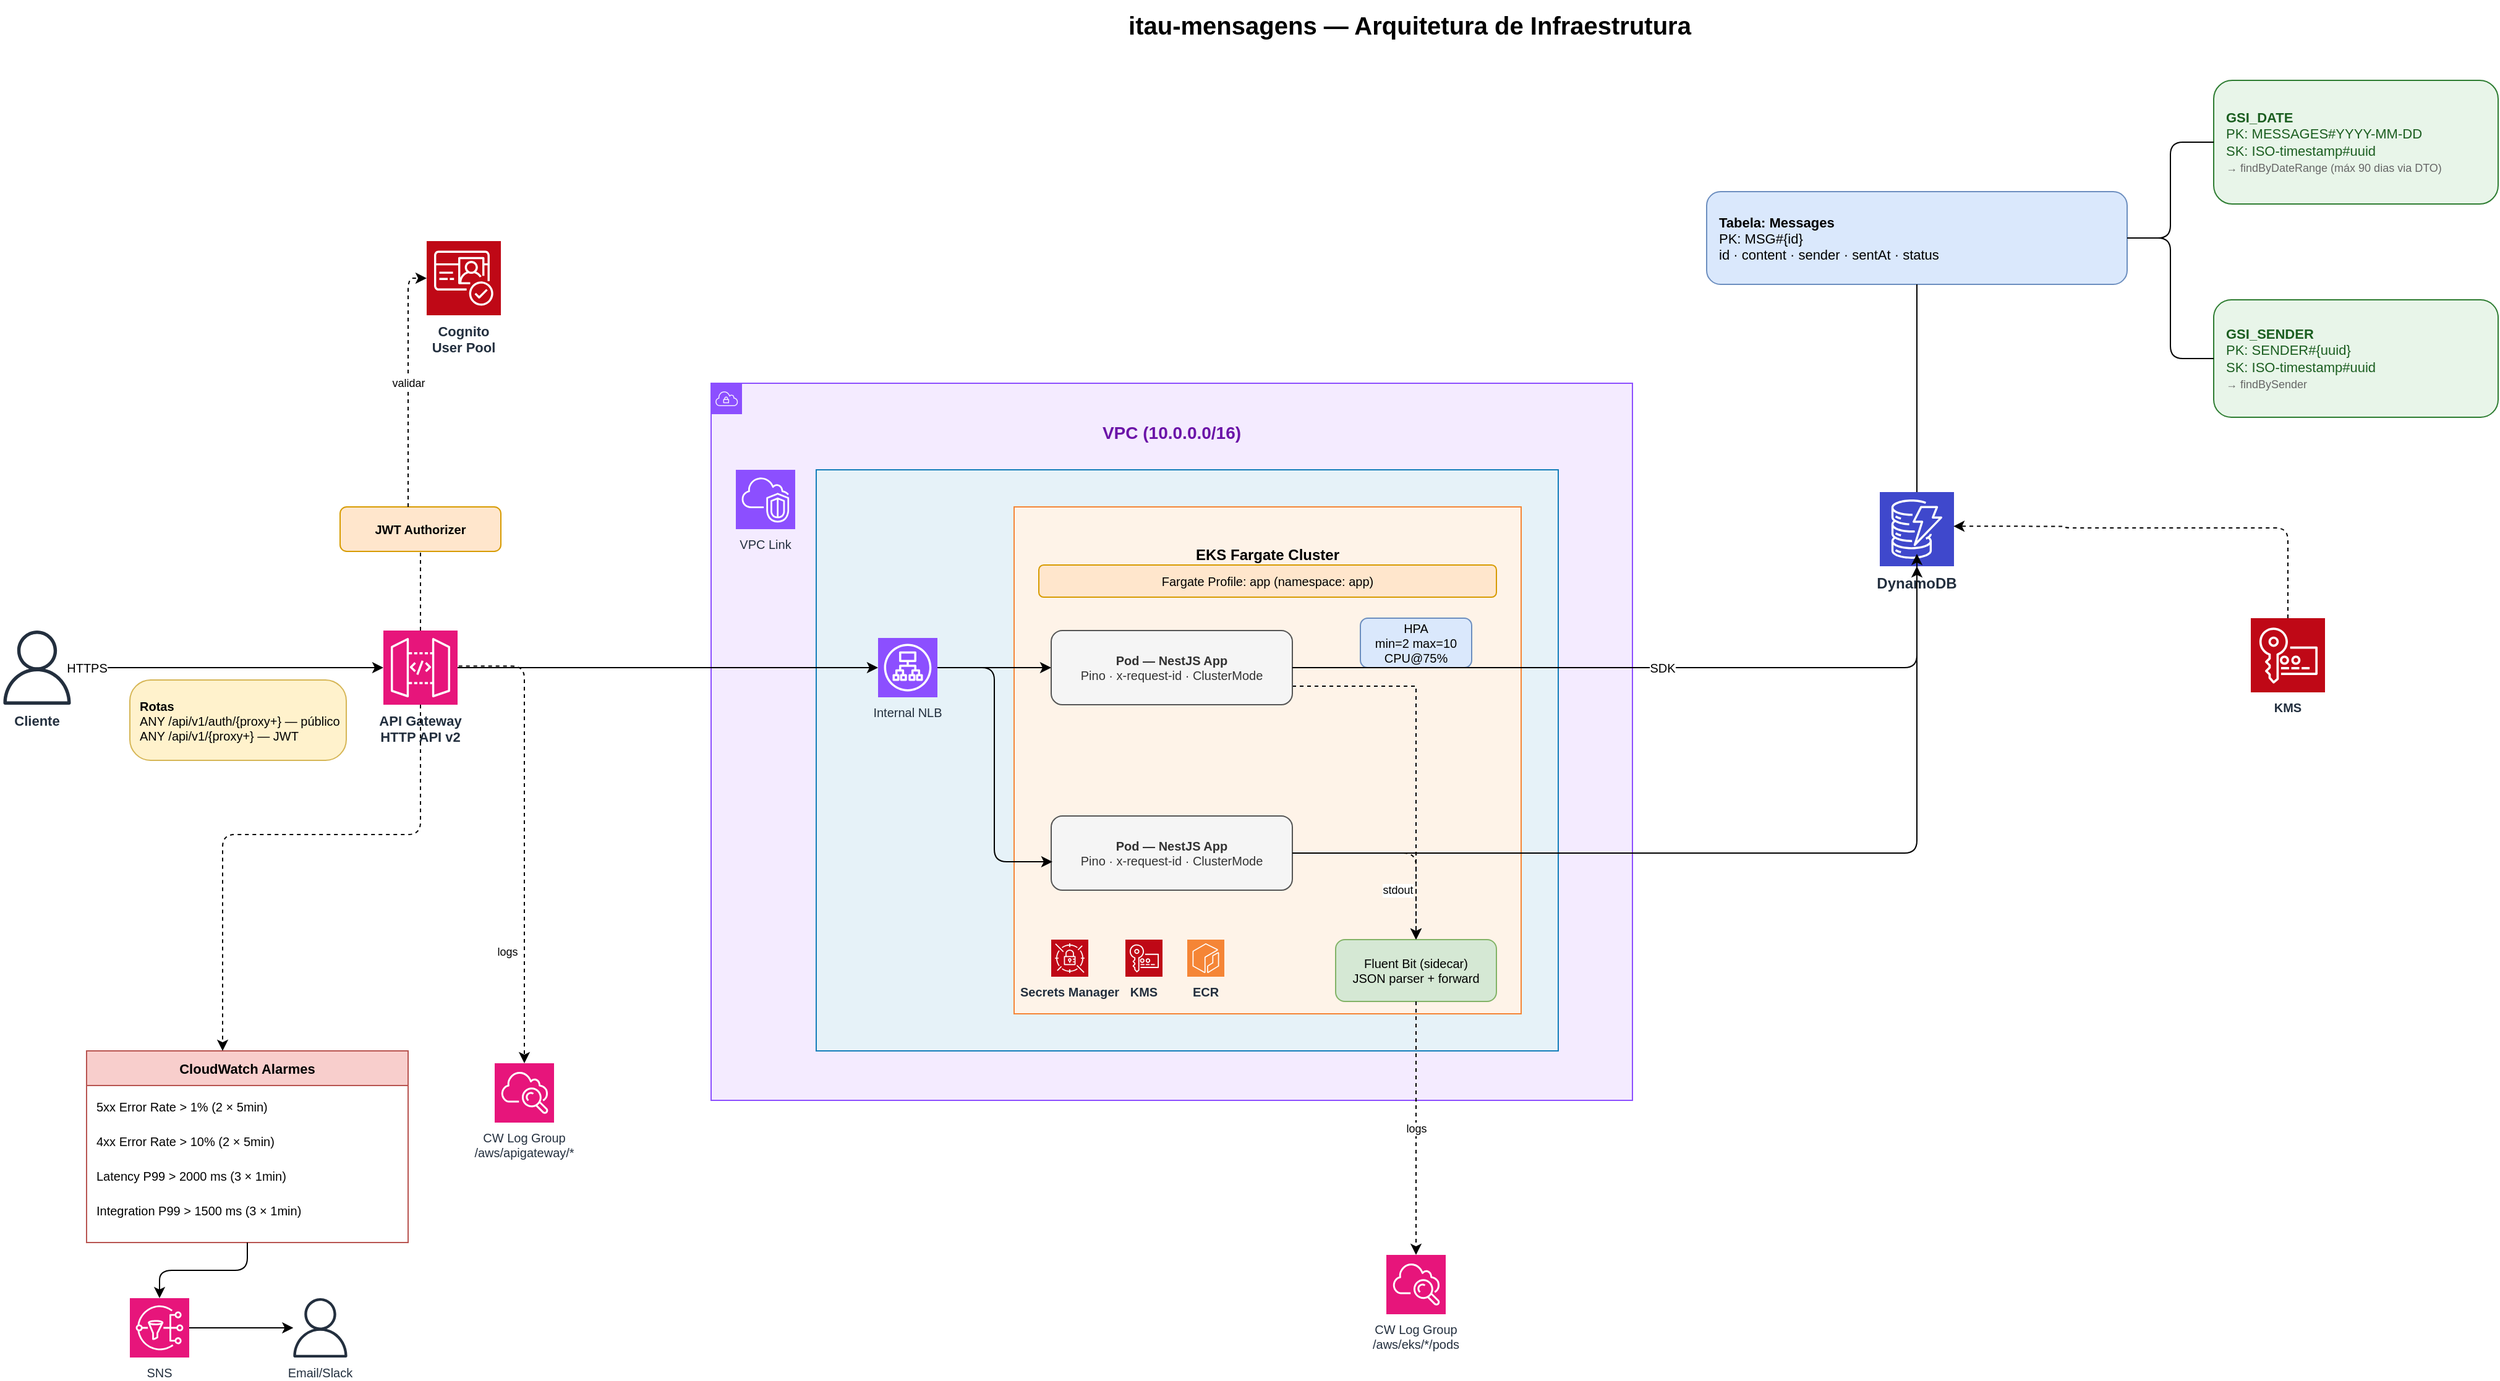
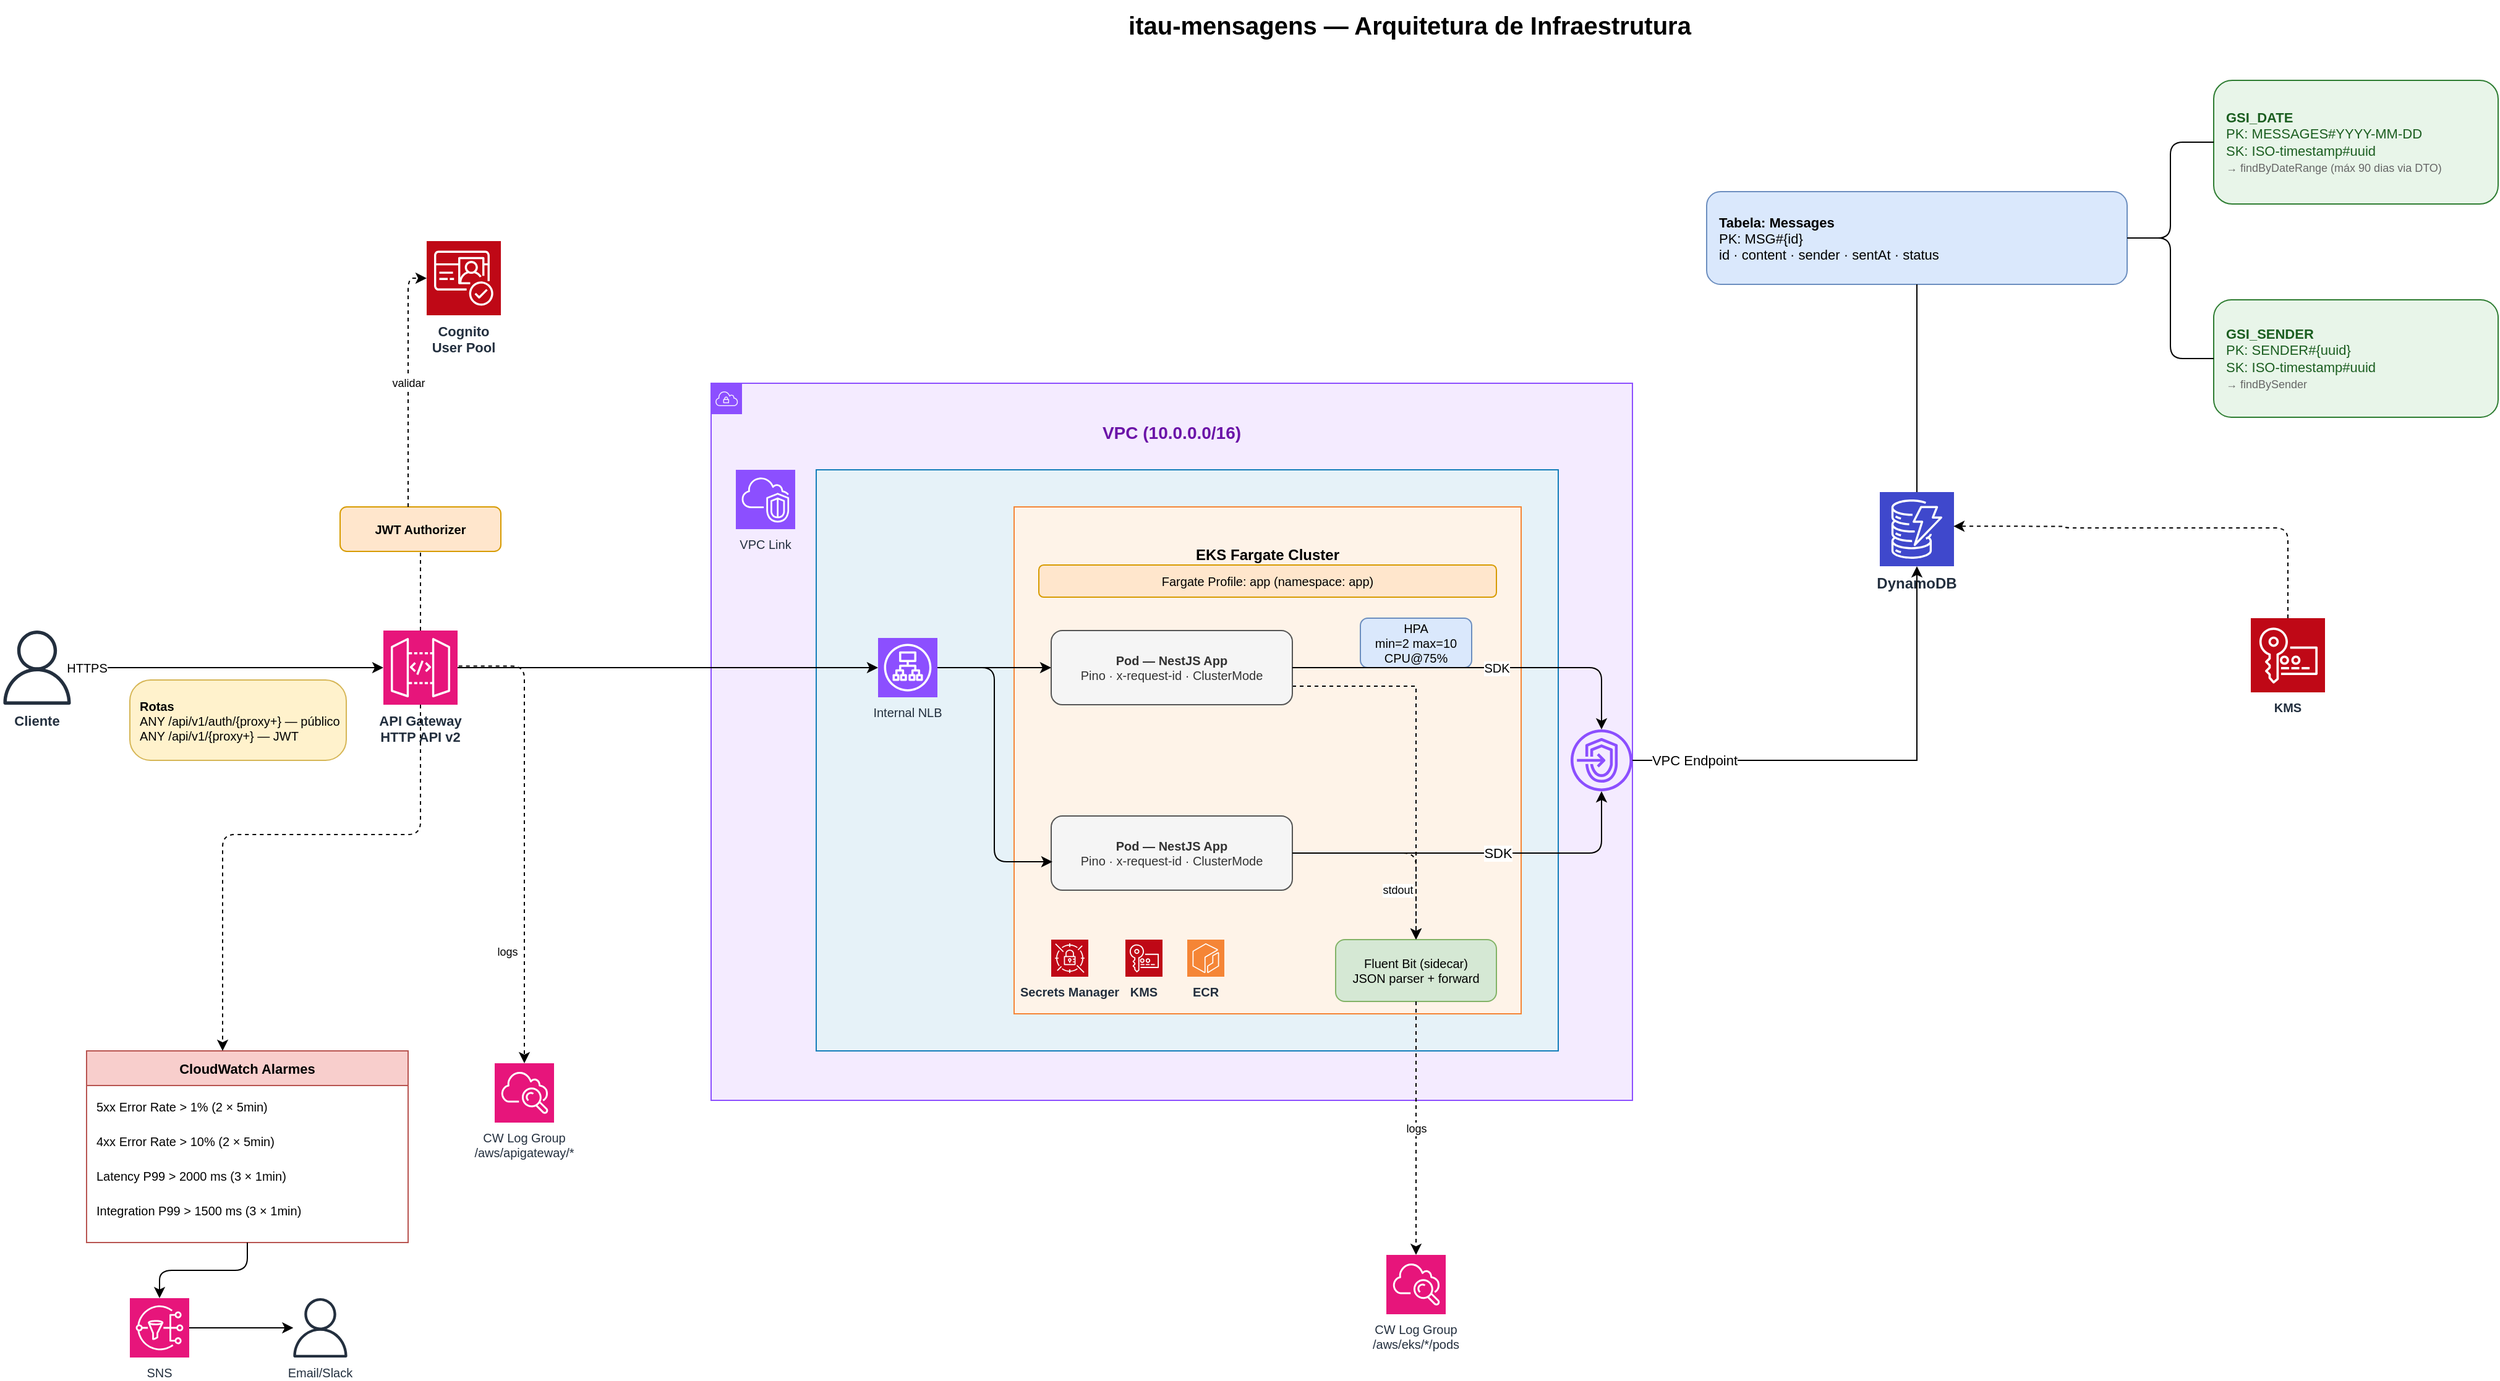
<mxfile host="app.diagrams.net">
  <diagram id="itau-arch" name="itau-messages Architecture">
-     <mxGraphModel dx="1290" dy="725" grid="1" gridSize="10" guides="1" tooltips="1" connect="1" arrows="1" fold="1" page="1" pageScale="1" pageWidth="1900" pageHeight="1200" math="0" shadow="0">
+     <mxGraphModel dx="1177" dy="662" grid="1" gridSize="10" guides="1" tooltips="1" connect="1" arrows="1" fold="1" page="1" pageScale="1" pageWidth="1900" pageHeight="1200" math="0" shadow="0">
      <root>
        <mxCell id="0" />
        <mxCell id="1" parent="0" />
        <mxCell id="2" parent="1" style="text;html=1;strokeColor=none;fillColor=none;align=center;verticalAlign=middle;whiteSpace=wrap;fontSize=20;fontStyle=1;" value="itau-mensagens — Arquitetura de Infraestrutura" vertex="1">
          <mxGeometry height="40" width="900" x="700" y="30" as="geometry" />
        </mxCell>
        <mxCell id="10" parent="1" style="shape=mxgraph.aws4.user;fillColor=#232F3E;strokeColor=none;fontColor=#232F3E;fontSize=11;fontStyle=1;labelPosition=center;verticalLabelPosition=bottom;verticalAlign=top;" value="Cliente" vertex="1">
          <mxGeometry height="60" width="60" x="10" y="540" as="geometry" />
        </mxCell>
        <mxCell id="11" parent="1" style="shape=mxgraph.aws4.resourceIcon;resIcon=mxgraph.aws4.cognito;fillColor=#BF0816;strokeColor=#ffffff;fontColor=#232F3E;fontSize=11;fontStyle=1;labelPosition=center;verticalLabelPosition=bottom;verticalAlign=top;" value="Cognito&#xa;User Pool" vertex="1">
          <mxGeometry height="60" width="60" x="355" y="225" as="geometry" />
        </mxCell>
        <mxCell id="20" parent="1" style="shape=mxgraph.aws4.resourceIcon;resIcon=mxgraph.aws4.api_gateway;fillColor=#E7157B;strokeColor=#ffffff;fontColor=#232F3E;fontSize=11;fontStyle=1;labelPosition=center;verticalLabelPosition=bottom;verticalAlign=top;" value="API Gateway&#xa;HTTP API v2" vertex="1">
          <mxGeometry height="60" width="60" x="320" y="540" as="geometry" />
        </mxCell>
        <mxCell id="21" parent="1" style="rounded=1;whiteSpace=wrap;html=1;fillColor=#FFE6CC;strokeColor=#d79b00;fontSize=10;fontStyle=1;" value="JWT Authorizer" vertex="1">
          <mxGeometry height="36" width="130" x="285" y="440" as="geometry" />
        </mxCell>
        <mxCell id="23" parent="1" style="shape=mxgraph.aws4.resourceIcon;resIcon=mxgraph.aws4.cloudwatch;fillColor=#E7157B;strokeColor=#ffffff;fontColor=#232F3E;fontSize=10;labelPosition=center;verticalLabelPosition=bottom;verticalAlign=top;" value="CW Log Group&#xa;/aws/apigateway/*" vertex="1">
          <mxGeometry height="48" width="48" x="410" y="890" as="geometry" />
        </mxCell>
        <mxCell id="24" parent="1" style="swimlane;startSize=28;fillColor=#f8cecc;strokeColor=#b85450;fontSize=11;fontStyle=1;" value="CloudWatch Alarmes" vertex="1">
          <mxGeometry height="155" width="260" x="80" y="880" as="geometry" />
        </mxCell>
        <mxCell id="241" parent="24" style="text;html=1;strokeColor=none;fillColor=none;align=left;fontSize=10;spacingLeft=6;" value="5xx Error Rate &gt; 1%  (2 × 5min)" vertex="1">
          <mxGeometry height="28" width="260" y="33" as="geometry" />
        </mxCell>
        <mxCell id="242" parent="24" style="text;html=1;strokeColor=none;fillColor=none;align=left;fontSize=10;spacingLeft=6;" value="4xx Error Rate &gt; 10%  (2 × 5min)" vertex="1">
          <mxGeometry height="28" width="260" y="61" as="geometry" />
        </mxCell>
        <mxCell id="243" parent="24" style="text;html=1;strokeColor=none;fillColor=none;align=left;fontSize=10;spacingLeft=6;" value="Latency P99 &gt; 2000 ms  (3 × 1min)" vertex="1">
          <mxGeometry height="28" width="260" y="89" as="geometry" />
        </mxCell>
        <mxCell id="244" parent="24" style="text;html=1;strokeColor=none;fillColor=none;align=left;fontSize=10;spacingLeft=6;" value="Integration P99 &gt; 1500 ms  (3 × 1min)" vertex="1">
          <mxGeometry height="28" width="260" y="117" as="geometry" />
        </mxCell>
        <mxCell id="25" parent="1" style="shape=mxgraph.aws4.resourceIcon;resIcon=mxgraph.aws4.sns;fillColor=#E7157B;strokeColor=#ffffff;fontColor=#232F3E;fontSize=10;labelPosition=center;verticalLabelPosition=bottom;verticalAlign=top;" value="SNS" vertex="1">
          <mxGeometry height="48" width="48" x="115" y="1080" as="geometry" />
        </mxCell>
        <mxCell id="26" parent="1" style="shape=mxgraph.aws4.user;fillColor=#232F3E;strokeColor=none;fontColor=#232F3E;fontSize=10;labelPosition=center;verticalLabelPosition=bottom;verticalAlign=top;" value="Email/Slack" vertex="1">
          <mxGeometry height="48" width="48" x="245" y="1080" as="geometry" />
        </mxCell>
        <mxCell id="30" parent="1" style="points=[[0,0],[0.25,0],[0.5,0],[0.75,0],[1,0],[1,0.25],[1,0.5],[1,0.75],[1,1],[0.75,1],[0.5,1],[0.25,1],[0,1],[0,0.75],[0,0.5],[0,0.25]];shape=mxgraph.aws4.group;grIcon=mxgraph.aws4.group_vpc;strokeColor=#8C4FFF;fillColor=#F4EBFF;verticalAlign=top;align=center;spacingTop=25;fontSize=14;fontStyle=1;fontColor=#6B14A8;" value="VPC (10.0.0.0/16)" vertex="1">
          <mxGeometry height="580" width="745" x="585" y="340" as="geometry" />
        </mxCell>
        <mxCell id="33" parent="1" style="points=[[0,0],[0.25,0],[0.5,0],[0.75,0],[1,0],[1,0.25],[1,0.5],[1,0.75],[1,1],[0.75,1],[0.5,1],[0.25,1],[0,1],[0,0.75],[0,0.5],[0,0.25]];shape=mxgraph.aws4.group;grIcon=mxgraph.aws4.group_private_subnet;strokeColor=#147EBA;fillColor=#E6F2F8;verticalAlign=top;align=center;spacingTop=25;fontSize=11;" value="Private Subnets (AZ-a, AZ-b)" vertex="1">
          <mxGeometry height="470" width="600" x="670" y="410" as="geometry" />
        </mxCell>
        <mxCell id="32" parent="1" style="shape=mxgraph.aws4.resourceIcon;resIcon=mxgraph.aws4.vpc;fillColor=#8C4FFF;strokeColor=#ffffff;fontColor=#232F3E;fontSize=10;labelPosition=center;verticalLabelPosition=bottom;verticalAlign=top;" value="VPC Link" vertex="1">
          <mxGeometry height="48" width="48" x="605" y="410" as="geometry" />
        </mxCell>
        <mxCell id="35" parent="1" style="points=[[0,0],[0.25,0],[0.5,0],[0.75,0],[1,0],[1,0.25],[1,0.5],[1,0.75],[1,1],[0.75,1],[0.5,1],[0.25,1],[0,1],[0,0.75],[0,0.5],[0,0.25]];shape=mxgraph.aws4.group;grIcon=mxgraph.aws4.group_eks_cluster;strokeColor=#F58536;fillColor=#FEF3E8;verticalAlign=top;align=center;spacingTop=25;fontSize=12;fontStyle=1;" value="EKS Fargate Cluster" vertex="1">
          <mxGeometry height="410" width="410" x="830" y="440" as="geometry" />
        </mxCell>
        <mxCell id="36" parent="1" style="rounded=1;whiteSpace=wrap;html=1;fillColor=#FFE6CC;strokeColor=#d79b00;fontSize=10;" value="Fargate Profile: app  (namespace: app)" vertex="1">
          <mxGeometry height="26" width="370" x="850" y="487" as="geometry" />
        </mxCell>
        <mxCell id="Qfms2lShARc712BXUhZ3-251" edge="1" parent="1" source="37" style="edgeStyle=orthogonalEdgeStyle;rounded=0;orthogonalLoop=1;jettySize=auto;html=1;exitX=1;exitY=0.75;exitDx=0;exitDy=0;dashed=1;" target="40">
          <mxGeometry relative="1" as="geometry">
            <mxPoint x="1060" y="600" as="sourcePoint" />
          </mxGeometry>
        </mxCell>
        <mxCell id="37" parent="1" style="rounded=1;whiteSpace=wrap;html=1;fillColor=#f5f5f5;strokeColor=#555555;fontColor=#333333;fontSize=10;" value="&lt;b&gt;Pod — NestJS App&lt;/b&gt;&lt;br&gt;Pino · x-request-id · ClusterMode" vertex="1">
          <mxGeometry height="60" width="195" x="860" y="540" as="geometry" />
        </mxCell>
        <mxCell id="38" parent="1" style="rounded=1;whiteSpace=wrap;html=1;fillColor=#f5f5f5;strokeColor=#555555;fontColor=#333333;fontSize=10;" value="&lt;b&gt;Pod — NestJS App&lt;/b&gt;&lt;br&gt;Pino · x-request-id · ClusterMode" vertex="1">
          <mxGeometry height="60" width="195" x="860" y="690" as="geometry" />
        </mxCell>
        <mxCell id="39" parent="1" style="rounded=1;whiteSpace=wrap;html=1;fillColor=#dae8fc;strokeColor=#6c8ebf;fontSize=10;" value="HPA&lt;br&gt;min=2  max=10&lt;br&gt;CPU@75%" vertex="1">
          <mxGeometry height="40" width="90" x="1110" y="530" as="geometry" />
        </mxCell>
        <mxCell id="40" parent="1" style="rounded=1;whiteSpace=wrap;html=1;fillColor=#d5e8d4;strokeColor=#82b366;fontSize=10;" value="Fluent Bit (sidecar)&lt;br&gt;JSON parser + forward" vertex="1">
          <mxGeometry height="50" width="130" x="1090" y="790" as="geometry" />
        </mxCell>
        <mxCell id="41" parent="1" style="shape=mxgraph.aws4.resourceIcon;resIcon=mxgraph.aws4.cloudwatch;fillColor=#E7157B;strokeColor=#ffffff;fontColor=#232F3E;fontSize=10;labelPosition=center;verticalLabelPosition=bottom;verticalAlign=top;" value="CW Log Group&#xa;/aws/eks/*/pods" vertex="1">
          <mxGeometry height="48" width="48" x="1131" y="1045" as="geometry" />
        </mxCell>
        <mxCell id="50" parent="1" style="shape=mxgraph.aws4.resourceIcon;resIcon=mxgraph.aws4.dynamodb;fillColor=#3F48CC;strokeColor=#ffffff;fontColor=#232F3E;fontSize=12;fontStyle=1;labelPosition=center;verticalLabelPosition=bottom;verticalAlign=top;" value="DynamoDB" vertex="1">
          <mxGeometry height="60" width="60" x="1530" y="428" as="geometry" />
        </mxCell>
        <mxCell id="51" parent="1" style="rounded=1;whiteSpace=wrap;html=1;fillColor=#dae8fc;strokeColor=#6c8ebf;fontSize=11;align=left;spacingLeft=8;" value="&lt;b&gt;Tabela: Messages&lt;/b&gt;&lt;br&gt;PK: MSG#{id}&lt;br&gt;id · content · sender · sentAt · status" vertex="1">
          <mxGeometry height="75" width="340" x="1390" y="185" as="geometry" />
        </mxCell>
        <mxCell id="52" parent="1" style="rounded=1;whiteSpace=wrap;html=1;fillColor=#E8F5E9;strokeColor=#2E7D32;fontSize=11;align=left;spacingLeft=8;fontColor=#1B5E20;" value="&lt;b&gt;GSI_DATE&lt;/b&gt;&lt;br&gt;PK: MESSAGES#YYYY-MM-DD&lt;br&gt;SK: ISO-timestamp#uuid&lt;br&gt;&lt;font color=&quot;#666666&quot; style=&quot;font-size:9px&quot;&gt;→ findByDateRange  (máx 90 dias via DTO)&lt;/font&gt;" vertex="1">
          <mxGeometry height="100" width="230" x="1800" y="95" as="geometry" />
        </mxCell>
        <mxCell id="53" parent="1" style="rounded=1;whiteSpace=wrap;html=1;fillColor=#E8F5E9;strokeColor=#2E7D32;fontSize=11;align=left;spacingLeft=8;fontColor=#1B5E20;" value="&lt;b&gt;GSI_SENDER&lt;/b&gt;&lt;br&gt;PK: SENDER#{uuid}&lt;br&gt;SK: ISO-timestamp#uuid&lt;br&gt;&lt;font color=&quot;#666666&quot; style=&quot;font-size:9px&quot;&gt;→ findBySender&lt;/font&gt;" vertex="1">
          <mxGeometry height="95" width="230" x="1800" y="272.5" as="geometry" />
        </mxCell>
        <mxCell id="61" parent="1" style="shape=mxgraph.aws4.resourceIcon;resIcon=mxgraph.aws4.key_management_service;fillColor=#BF0816;strokeColor=#ffffff;fontColor=#232F3E;fontSize=10;fontStyle=1;labelPosition=center;verticalLabelPosition=bottom;verticalAlign=top;" value="KMS" vertex="1">
          <mxGeometry height="60" width="60" x="1830" y="530" as="geometry" />
        </mxCell>
        <mxCell id="200" edge="1" parent="1" style="edgeStyle=orthogonalEdgeStyle;html=1;fontSize=10;" target="20" value="HTTPS">
          <mxGeometry relative="1" x="-1" as="geometry">
            <mxPoint as="offset" />
            <Array as="points">
              <mxPoint x="100" y="570" />
              <mxPoint x="100" y="570" />
            </Array>
            <mxPoint x="80" y="570" as="sourcePoint" />
          </mxGeometry>
        </mxCell>
        <mxCell id="201" edge="1" parent="1" source="20" style="edgeStyle=orthogonalEdgeStyle;html=1;dashed=1;endArrow=none;" target="21" value="">
          <mxGeometry relative="1" as="geometry" />
        </mxCell>
        <mxCell id="202" edge="1" parent="1" source="21" style="edgeStyle=orthogonalEdgeStyle;html=1;dashed=1;fontSize=9;" target="11" value="validar">
          <mxGeometry relative="1" as="geometry">
            <Array as="points">
              <mxPoint x="340" y="310" />
              <mxPoint x="340" y="310" />
            </Array>
          </mxGeometry>
        </mxCell>
        <mxCell id="204" edge="1" parent="1" source="20" style="edgeStyle=orthogonalEdgeStyle;html=1;dashed=1;fontSize=9;exitX=1.014;exitY=0.48;exitDx=0;exitDy=0;exitPerimeter=0;" target="23" value="logs">
          <mxGeometry relative="1" x="0.5192" y="-14" as="geometry">
            <mxPoint as="offset" />
          </mxGeometry>
        </mxCell>
        <mxCell id="205" edge="1" parent="1" source="20" style="edgeStyle=orthogonalEdgeStyle;html=1;dashed=1;" value="">
          <mxGeometry relative="1" as="geometry">
            <Array as="points">
              <mxPoint x="350" y="705" />
              <mxPoint x="190" y="705" />
            </Array>
            <mxPoint x="350" y="640" as="sourcePoint" />
            <mxPoint x="190" y="880" as="targetPoint" />
          </mxGeometry>
        </mxCell>
        <mxCell id="206" edge="1" parent="1" source="24" style="edgeStyle=orthogonalEdgeStyle;html=1;" target="25" value="">
          <mxGeometry relative="1" as="geometry" />
        </mxCell>
        <mxCell id="207" edge="1" parent="1" source="25" style="edgeStyle=orthogonalEdgeStyle;html=1;" target="26" value="">
          <mxGeometry relative="1" as="geometry" />
        </mxCell>
        <mxCell id="210" edge="1" parent="1" source="34" style="edgeStyle=orthogonalEdgeStyle;html=1;entryX=0;entryY=0.5;entryDx=0;entryDy=0;" target="37" value="">
          <mxGeometry relative="1" as="geometry" />
        </mxCell>
        <mxCell id="211" edge="1" parent="1" source="34" style="edgeStyle=orthogonalEdgeStyle;html=1;entryX=0.005;entryY=0.617;entryDx=0;entryDy=0;entryPerimeter=0;" target="38" value="">
          <mxGeometry relative="1" as="geometry" />
        </mxCell>
        <mxCell id="214" edge="1" parent="1" source="38" style="edgeStyle=orthogonalEdgeStyle;html=1;dashed=1;fontSize=9;" target="40" value="stdout">
          <mxGeometry relative="1" x="0.5294" y="-15" as="geometry">
            <mxPoint as="offset" />
          </mxGeometry>
        </mxCell>
        <mxCell id="215" edge="1" parent="1" source="40" style="edgeStyle=orthogonalEdgeStyle;html=1;dashed=1;fontSize=9;" target="41" value="logs">
          <mxGeometry relative="1" as="geometry" />
        </mxCell>
-         <mxCell id="216" edge="1" parent="1" source="37" style="edgeStyle=orthogonalEdgeStyle;html=1;fontSize=10;entryX=0.5;entryY=0.833;entryDx=0;entryDy=0;entryPerimeter=0;" target="50" value="SDK">
-           <mxGeometry relative="1" as="geometry" />
-         </mxCell>
-         <mxCell id="217" edge="1" parent="1" source="38" style="edgeStyle=orthogonalEdgeStyle;html=1;" target="50" value="">
-           <mxGeometry relative="1" as="geometry" />
+         <mxCell id="216" edge="1" parent="1" source="37" style="edgeStyle=orthogonalEdgeStyle;html=1;fontSize=10;" target="MU3w1t5OGDGomCEqyeyR-244" value="SDK">
+           <mxGeometry relative="1" x="0.1" as="geometry">
+             <mxPoint as="offset" />
+           </mxGeometry>
+         </mxCell>
+         <mxCell id="217" edge="1" parent="1" source="38" style="edgeStyle=orthogonalEdgeStyle;html=1;" target="MU3w1t5OGDGomCEqyeyR-244" value="">
+           <mxGeometry relative="1" as="geometry" />
+         </mxCell>
+         <mxCell id="MU3w1t5OGDGomCEqyeyR-249" connectable="0" parent="217" style="edgeLabel;html=1;align=center;verticalAlign=middle;resizable=0;points=[];" value="SDK" vertex="1">
+           <mxGeometry relative="1" x="0.0157" as="geometry">
+             <mxPoint x="13" as="offset" />
+           </mxGeometry>
        </mxCell>
        <mxCell id="218" edge="1" parent="1" source="51" style="edgeStyle=orthogonalEdgeStyle;html=1;endArrow=none;" target="52" value="">
          <mxGeometry relative="1" as="geometry" />
        </mxCell>
        <mxCell id="219" edge="1" parent="1" source="51" style="edgeStyle=orthogonalEdgeStyle;html=1;endArrow=none;entryX=0;entryY=0.5;entryDx=0;entryDy=0;" target="53" value="">
          <mxGeometry relative="1" as="geometry">
            <mxPoint x="1790" y="332.5" as="targetPoint" />
          </mxGeometry>
        </mxCell>
        <mxCell id="222" edge="1" parent="1" source="61" style="edgeStyle=orthogonalEdgeStyle;html=1;dashed=1;fontSize=9;entryX=0.992;entryY=0.461;entryDx=0;entryDy=0;entryPerimeter=0;" target="50" value="">
          <mxGeometry relative="1" as="geometry">
            <Array as="points">
              <mxPoint x="1860" y="457" />
              <mxPoint x="1680" y="457" />
              <mxPoint x="1590" y="456" />
            </Array>
          </mxGeometry>
        </mxCell>
        <mxCell id="225" edge="1" parent="1" source="50" style="edgeStyle=orthogonalEdgeStyle;html=1;endArrow=none;" target="51" value="">
          <mxGeometry relative="1" as="geometry" />
        </mxCell>
        <mxCell id="Qfms2lShARc712BXUhZ3-244" edge="1" parent="1" source="20" style="edgeStyle=orthogonalEdgeStyle;html=1;" target="34" value="">
          <mxGeometry relative="1" as="geometry">
            <mxPoint x="260" y="500" as="sourcePoint" />
            <mxPoint x="527" y="348" as="targetPoint" />
          </mxGeometry>
        </mxCell>
        <mxCell id="34" parent="1" style="shape=mxgraph.aws4.resourceIcon;resIcon=mxgraph.aws4.application_load_balancer;fillColor=#8C4FFF;strokeColor=#ffffff;fontColor=#232F3E;fontSize=10;labelPosition=center;verticalLabelPosition=bottom;verticalAlign=top;" value="Internal NLB" vertex="1">
          <mxGeometry height="48" width="48" x="720" y="546" as="geometry" />
        </mxCell>
        <mxCell id="22" parent="1" style="rounded=1;whiteSpace=wrap;html=1;fillColor=#fff2cc;strokeColor=#d6b656;fontSize=10;align=left;spacingLeft=6;arcSize=26;" value="&lt;b&gt;Rotas&lt;/b&gt;&lt;br&gt;ANY /api/v1/auth/{proxy+} — público&lt;br&gt;ANY /api/v1/{proxy+} — JWT" vertex="1">
          <mxGeometry height="65" width="175" x="115" y="580" as="geometry" />
        </mxCell>
        <mxCell id="Qfms2lShARc712BXUhZ3-252" parent="1" style="shape=mxgraph.aws4.resourceIcon;resIcon=mxgraph.aws4.key_management_service;fillColor=#BF0816;strokeColor=#ffffff;fontColor=#232F3E;fontSize=10;fontStyle=1;labelPosition=center;verticalLabelPosition=bottom;verticalAlign=top;" value="KMS" vertex="1">
          <mxGeometry height="30" width="30" x="920" y="790" as="geometry" />
        </mxCell>
        <mxCell id="Qfms2lShARc712BXUhZ3-253" parent="1" style="shape=mxgraph.aws4.resourceIcon;resIcon=mxgraph.aws4.secrets_manager;fillColor=#BF0816;strokeColor=#ffffff;fontColor=#232F3E;fontSize=10;fontStyle=1;labelPosition=center;verticalLabelPosition=bottom;verticalAlign=top;" value="Secrets Manager" vertex="1">
          <mxGeometry height="30" width="30" x="860" y="790" as="geometry" />
        </mxCell>
        <mxCell id="Qfms2lShARc712BXUhZ3-256" parent="1" style="shape=mxgraph.aws4.resourceIcon;resIcon=mxgraph.aws4.ecr;fillColor=#F58536;strokeColor=#ffffff;fontColor=#232F3E;fontSize=10;fontStyle=1;labelPosition=center;verticalLabelPosition=bottom;verticalAlign=top;" value="ECR" vertex="1">
          <mxGeometry height="30" width="30" x="970" y="790" as="geometry" />
+         </mxCell>
+         <mxCell id="MU3w1t5OGDGomCEqyeyR-245" edge="1" parent="1" source="MU3w1t5OGDGomCEqyeyR-244" style="edgeStyle=orthogonalEdgeStyle;rounded=0;orthogonalLoop=1;jettySize=auto;html=1;" target="50">
+           <mxGeometry relative="1" as="geometry" />
+         </mxCell>
+         <mxCell id="MU3w1t5OGDGomCEqyeyR-246" connectable="0" parent="MU3w1t5OGDGomCEqyeyR-245" style="edgeLabel;html=1;align=center;verticalAlign=middle;resizable=0;points=[];" value="VPC Endpoint" vertex="1">
+           <mxGeometry relative="1" x="-0.8654" as="geometry">
+             <mxPoint x="24" as="offset" />
+           </mxGeometry>
+         </mxCell>
+         <mxCell id="MU3w1t5OGDGomCEqyeyR-244" parent="1" style="sketch=0;outlineConnect=0;fontColor=#232F3E;gradientColor=none;fillColor=#8C4FFF;strokeColor=none;dashed=0;verticalLabelPosition=bottom;verticalAlign=top;align=center;html=1;fontSize=12;fontStyle=0;aspect=fixed;pointerEvents=1;shape=mxgraph.aws4.endpoints;" value="" vertex="1">
+           <mxGeometry height="50" width="50" x="1280" y="620" as="geometry" />
        </mxCell>
      </root>
    </mxGraphModel>
  </diagram>
</mxfile>
